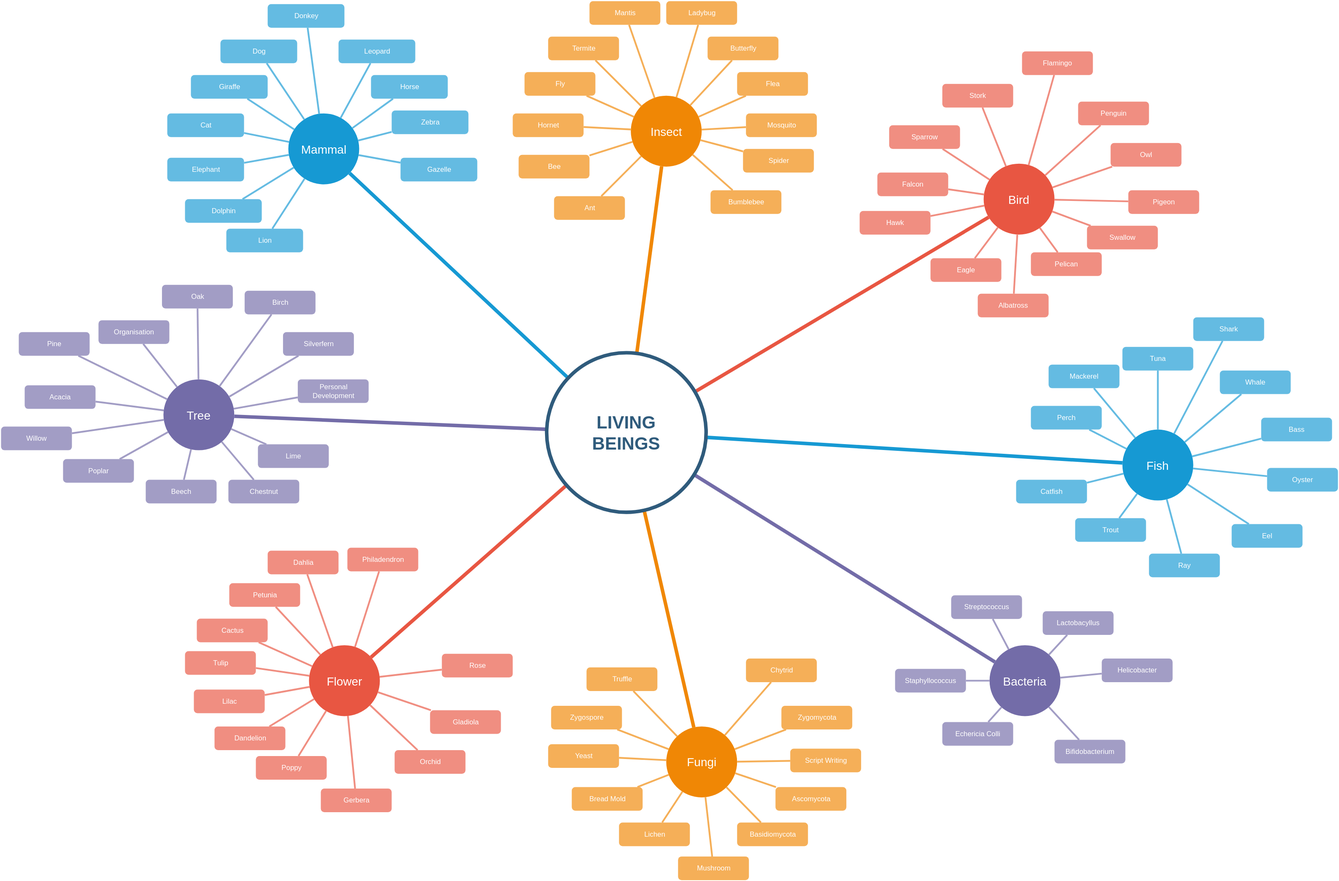
mashroomxl/tech keeps this draw.io diagram as OOP-topics.svg. Above is the earlier version. Source tidied: cells renumbered, new cells last; positions are measured from the earlier drawing's top-left corner, leaving out a move shared by most shapes.
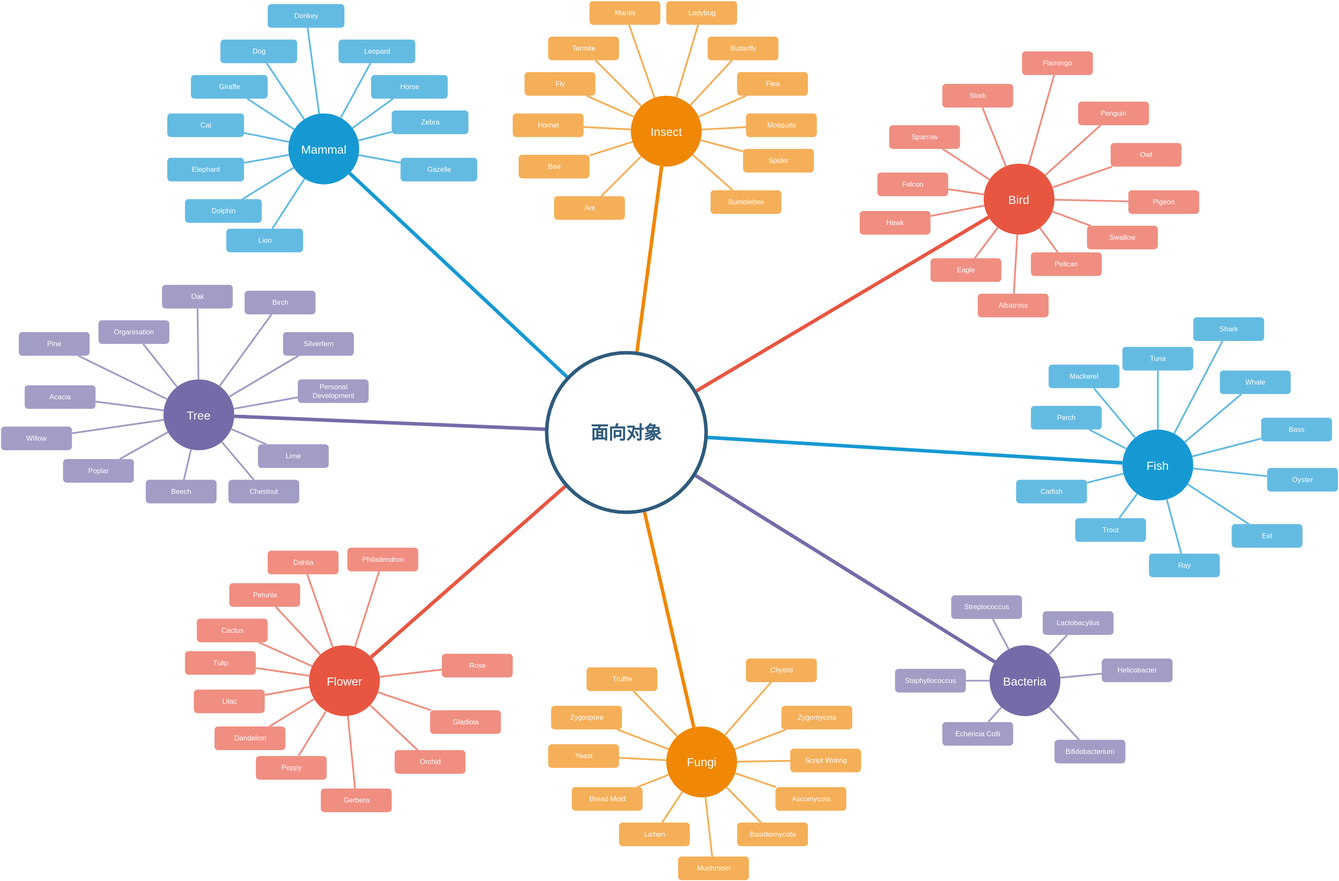
After the change.

The edit, as a diff of the source:
```diff
@@ -497,7 +497,7 @@
     <mxCell id="166" style="edgeStyle=orthogonalEdgeStyle;rounded=0;html=1;exitX=0.75;exitY=0;entryX=0.75;entryY=0;startArrow=none;startFill=0;endArrow=block;endFill=1;jettySize=auto;orthogonalLoop=1;strokeColor=#12aab5;strokeWidth=6;fontSize=20;fontColor=#2F5B7C;" parent="1" edge="1" source="66" target="66">
       <mxGeometry relative="1" as="geometry" />
     </mxCell>
-    <mxCell id="167" value="&lt;font style=&quot;font-size: 30px;&quot;&gt;LIVING&lt;br&gt;BEINGS&lt;/font&gt;&lt;br&gt;" style="ellipse;whiteSpace=wrap;html=1;shadow=0;fontFamily=Helvetica;fontSize=30;fontColor=#2F5B7C;align=center;strokeColor=#2F5B7C;strokeWidth=6;fillColor=#FFFFFF;fontStyle=1;gradientColor=none;" parent="1" vertex="1">
+    <mxCell id="167" value="面向对象" style="ellipse;whiteSpace=wrap;html=1;shadow=0;fontFamily=Helvetica;fontSize=30;fontColor=#2F5B7C;align=center;strokeColor=#2F5B7C;strokeWidth=6;fillColor=#FFFFFF;fontStyle=1;gradientColor=none;" parent="1" vertex="1">
       <mxGeometry x="924" y="594.5" width="270" height="270" as="geometry" />
     </mxCell>
     <mxCell id="168" value="Tree" style="ellipse;whiteSpace=wrap;html=1;shadow=0;fontFamily=Helvetica;fontSize=20;fontColor=#FFFFFF;align=center;strokeWidth=3;fillColor=#736ca8;strokeColor=none;" parent="1" vertex="1">
```
